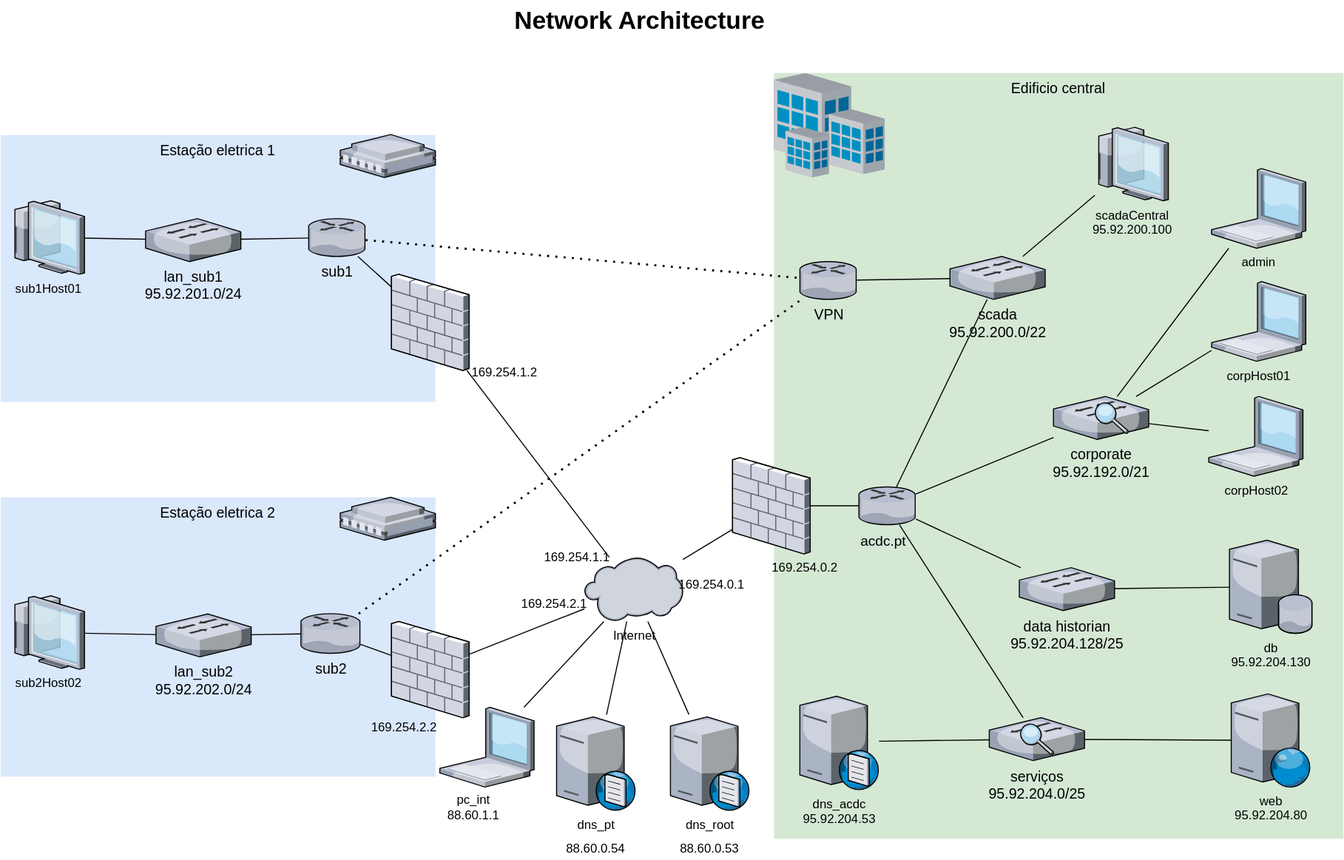
This is projArch.svg from samuelbarata/SIRS, a draw.io export, as it was before one commit. Source tidied: cells renumbered, new cells last; positions are measured from the earlier drawing's top-left corner, leaving out a move shared by most shapes.
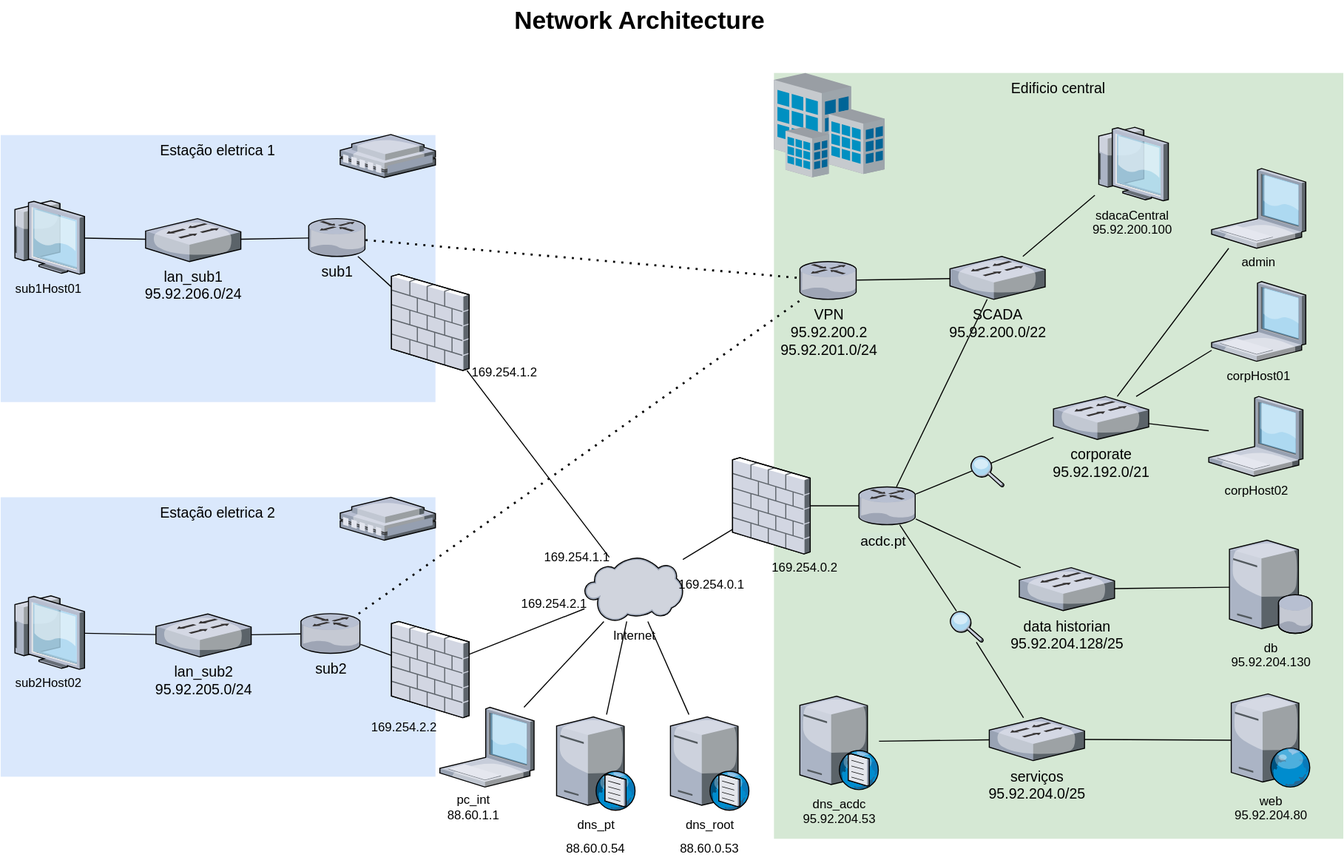
After the commit.

Commit message:
my great diagram

Change to the diagram source:
```diff
@@ -35,16 +35,16 @@
     <mxCell id="12" value="corporate&lt;br&gt;95.92.192.0/21" style="verticalLabelPosition=bottom;html=1;verticalAlign=top;strokeColor=none;shape=mxgraph.citrix.switch;fillColor=#66B2FF;gradientColor=#0066CC;fontSize=14;" parent="1" vertex="1">
       <mxGeometry x="1017" y="382.6" width="92" height="41.5" as="geometry" />
     </mxCell>
-    <mxCell id="13" value="lan_sub1&lt;br&gt;95.92.201.0/24" style="verticalLabelPosition=bottom;html=1;verticalAlign=top;strokeColor=none;shape=mxgraph.citrix.switch;fillColor=#66B2FF;gradientColor=#0066CC;fontSize=14;" parent="1" vertex="1">
+    <mxCell id="13" value="lan_sub1&lt;br&gt;95.92.206.0/24" style="verticalLabelPosition=bottom;html=1;verticalAlign=top;strokeColor=none;shape=mxgraph.citrix.switch;fillColor=#66B2FF;gradientColor=#0066CC;fontSize=14;" parent="1" vertex="1">
       <mxGeometry x="140" y="210.8" width="92" height="41.5" as="geometry" />
     </mxCell>
-    <mxCell id="14" value="lan_sub2&lt;br&gt;95.92.202.0/24" style="verticalLabelPosition=bottom;html=1;verticalAlign=top;strokeColor=none;shape=mxgraph.citrix.switch;fillColor=#66B2FF;gradientColor=#0066CC;fontSize=14;" parent="1" vertex="1">
+    <mxCell id="14" value="lan_sub2&lt;br&gt;95.92.205.0/24" style="verticalLabelPosition=bottom;html=1;verticalAlign=top;strokeColor=none;shape=mxgraph.citrix.switch;fillColor=#66B2FF;gradientColor=#0066CC;fontSize=14;" parent="1" vertex="1">
       <mxGeometry x="150" y="592.8" width="92" height="41.5" as="geometry" />
     </mxCell>
     <mxCell id="15" value="serviços&lt;br&gt;95.92.204.0/25" style="verticalLabelPosition=bottom;html=1;verticalAlign=top;strokeColor=none;shape=mxgraph.citrix.switch;fillColor=#66B2FF;gradientColor=#0066CC;fontSize=14;" parent="1" vertex="1">
       <mxGeometry x="955" y="693" width="92" height="41.5" as="geometry" />
     </mxCell>
-    <mxCell id="16" value="SDACA&lt;br&gt;95.92.200.0/22" style="verticalLabelPosition=bottom;html=1;verticalAlign=top;strokeColor=none;shape=mxgraph.citrix.switch;fillColor=#66B2FF;gradientColor=#0066CC;fontSize=14;" parent="1" vertex="1">
+    <mxCell id="16" value="SCADA&lt;br&gt;95.92.200.0/22" style="verticalLabelPosition=bottom;html=1;verticalAlign=top;strokeColor=none;shape=mxgraph.citrix.switch;fillColor=#66B2FF;gradientColor=#0066CC;fontSize=14;" parent="1" vertex="1">
       <mxGeometry x="917" y="247.2" width="92" height="41.5" as="geometry" />
     </mxCell>
     <mxCell id="17" value="data historian&lt;br&gt;95.92.204.128/25" style="verticalLabelPosition=bottom;html=1;verticalAlign=top;strokeColor=none;shape=mxgraph.citrix.switch;fillColor=#66B2FF;gradientColor=#0066CC;fontSize=14;" parent="1" vertex="1">
@@ -53,7 +53,7 @@
     <mxCell id="18" style="endArrow=none;html=1;" parent="1" edge="1" source="5" target="12">
       <mxGeometry relative="1" as="geometry" />
     </mxCell>
-    <mxCell id="19" style="endArrow=none;html=1;" parent="1" edge="1" source="5" target="15">
+    <mxCell id="19" style="endArrow=none;html=1;startArrow=none;" parent="1" edge="1" source="71" target="15">
       <mxGeometry relative="1" as="geometry" />
     </mxCell>
     <mxCell id="20" style="endArrow=none;html=1;" parent="1" edge="1" source="5" target="16">
@@ -77,7 +77,7 @@
     <mxCell id="26" style="endArrow=none;html=1;" parent="1" edge="1" source="17" target="25">
       <mxGeometry relative="1" as="geometry" />
     </mxCell>
-    <mxCell id="27" value="VPN" style="verticalLabelPosition=bottom;html=1;verticalAlign=top;strokeColor=none;shape=mxgraph.citrix.router;fillColor=#66B2FF;gradientColor=#0066CC;fontSize=14;" parent="1" vertex="1">
+    <mxCell id="27" value="VPN&lt;br&gt;95.92.200.2&lt;br&gt;95.92.201.0/24" style="verticalLabelPosition=bottom;html=1;verticalAlign=top;strokeColor=none;shape=mxgraph.citrix.router;fillColor=#66B2FF;gradientColor=#0066CC;fontSize=14;" parent="1" vertex="1">
       <mxGeometry x="772" y="252.2" width="55" height="36.5" as="geometry" />
     </mxCell>
     <mxCell id="28" style="endArrow=none;html=1;" parent="1" edge="1" source="16" target="27">
@@ -209,11 +209,14 @@
     <mxCell id="70" style="endArrow=none;html=1;" parent="1" edge="1" source="69" target="12">
       <mxGeometry relative="1" as="geometry" />
     </mxCell>
+    <mxCell id="72" style="verticalLabelPosition=bottom;html=1;verticalAlign=top;strokeColor=none;align=center;shape=mxgraph.citrix.inspection;" parent="1" vertex="1">
+      <mxGeometry x="937" y="440" width="32.3" height="30" as="geometry" />
+    </mxCell>
     <mxCell id="71" style="verticalLabelPosition=bottom;html=1;verticalAlign=top;strokeColor=none;align=center;outlineConnect=0;shape=mxgraph.citrix.inspection;" parent="1" vertex="1">
-      <mxGeometry x="984.8" y="698.8" width="32.3" height="30" as="geometry" />
+      <mxGeometry x="917" y="590" width="32.3" height="30" as="geometry" />
     </mxCell>
-    <mxCell id="72" style="verticalLabelPosition=bottom;html=1;verticalAlign=top;strokeColor=none;align=center;shape=mxgraph.citrix.inspection;" parent="1" vertex="1">
-      <mxGeometry x="1057" y="388.4" width="32.3" height="30" as="geometry" />
-    </mxCell>
+    <mxCell id="73" style="endArrow=none;html=1;" parent="1" edge="1" source="5" target="71">
+      <mxGeometry relative="1" as="geometry" />
+    </mxCell>
   </root>
 </mxGraphModel>
```
